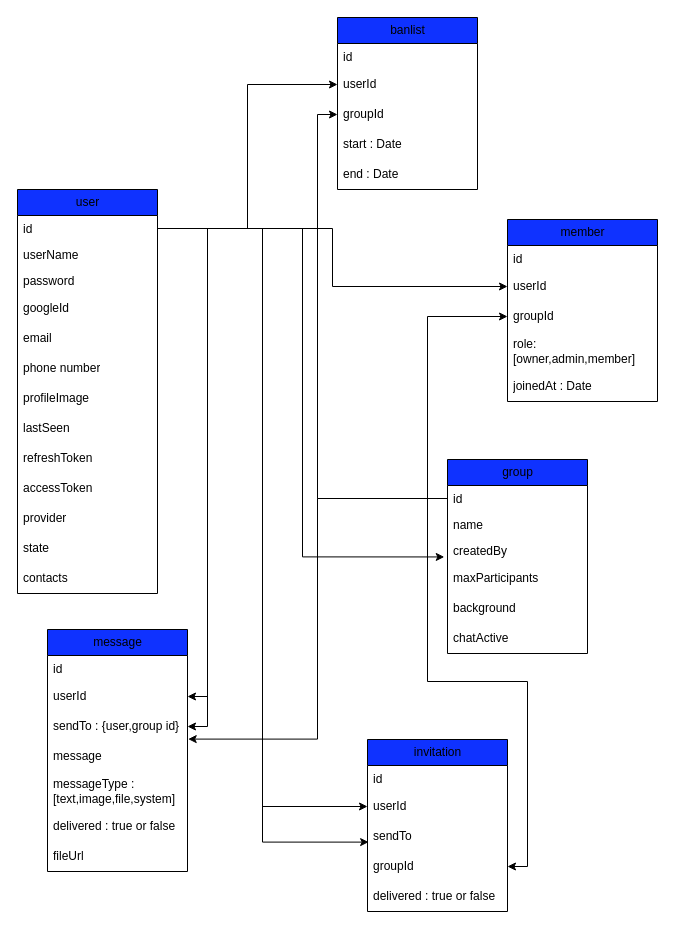
Before: digrams/chat app database diagram.drawio in laithAB33/chat-app, a draw.io diagram. Source tidied: cells renumbered, new cells numbered last; positions are measured from the earlier drawing's top-left corner, leaving out a move shared by most shapes. Both pictures are drawn from the tidied source at 100%, with x=0, y=0 at pixel (17, 17).
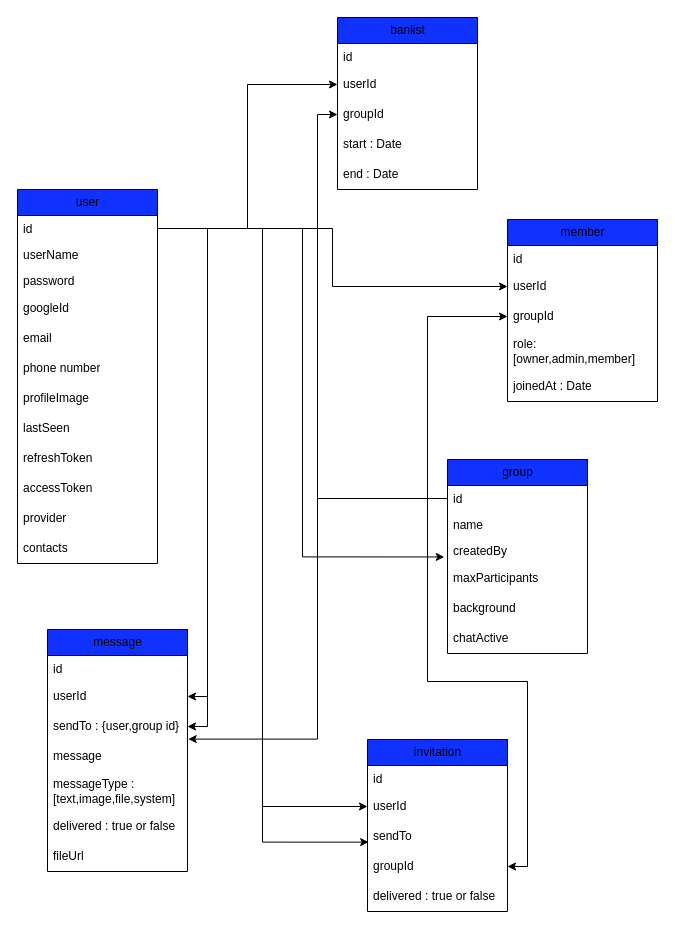
Above is the later version.

The edit, as a diff of the source:
```diff
@@
     <mxCell id="3" value="user" style="swimlane;fontStyle=0;horizontal=1;startSize=26;fillColor=#0F32FF;html=1;" parent="1" vertex="1">
-      <mxGeometry y="172" width="140" height="404" as="geometry" />
+      <mxGeometry y="172" width="140" height="374" as="geometry" />
     </mxCell>
@@
-    <mxCell id="15" value="state" style="text;strokeColor=none;fillColor=none;align=left;verticalAlign=middle;spacingLeft=4;spacingRight=4;overflow=hidden;whiteSpace=wrap;html=1;" parent="3" vertex="1">
-      <mxGeometry y="344" width="140" height="30" as="geometry" />
-    </mxCell>
     <mxCell id="16" value="contacts" style="text;strokeColor=none;fillColor=none;align=left;verticalAlign=middle;spacingLeft=4;spacingRight=4;overflow=hidden;whiteSpace=wrap;html=1;" parent="3" vertex="1">
-      <mxGeometry y="374" width="140" height="30" as="geometry" />
+      <mxGeometry y="344" width="140" height="30" as="geometry" />
     </mxCell>
```
